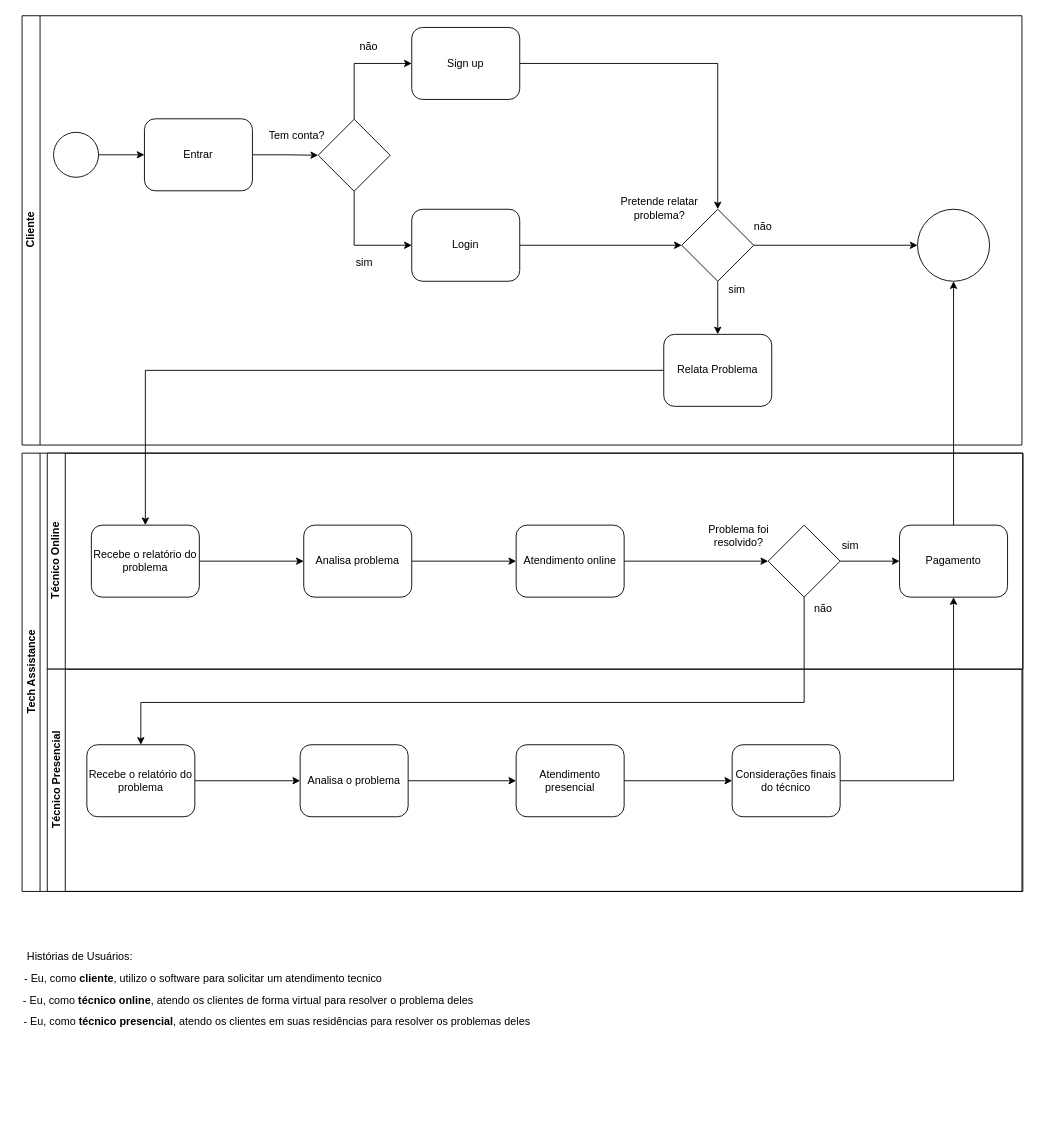
The draw.io diagram page "Fluxo de Negócios" (1 of 4) of Project diagrams and requirements/Tech assistance.drawio in felipepmoreno/Tech-assistanceSoftware, before the edit. Source tidied: cells renumbered, new cells numbered last; positions are measured from the earlier drawing's top-left corner, leaving out a move shared by most shapes. Both pictures are drawn from the tidied source at 90%, with x=0, y=0 at pixel (18, 15).
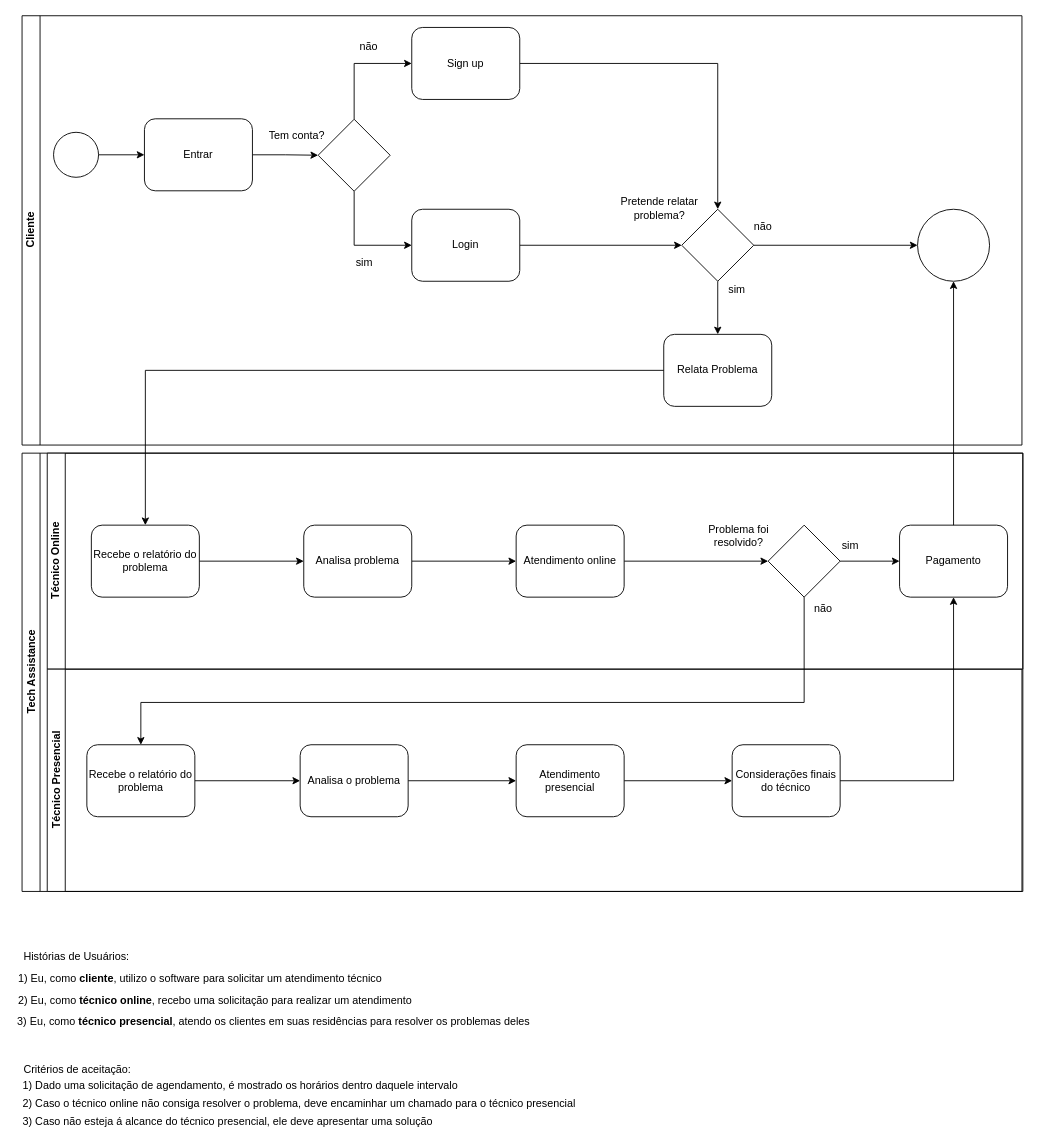
Above is the later version.

Change to the diagram source:
```diff
@@
-    <mxCell id="51" value="Histórias de Usuários:" style="text;html=1;align=center;verticalAlign=middle;" parent="1" vertex="1">
+    <mxCell id="51" value="Histórias de Usuários:" style="text;html=1;align=left;verticalAlign=middle;" parent="1" vertex="1">
       <mxGeometry x="4" y="1037" width="127" height="18" as="geometry" />
     </mxCell>
-    <mxCell id="52" value="- Eu, como &lt;b&gt;cliente&lt;/b&gt;, utilizo o software para solicitar um atendimento tecnico" style="text;html=1;align=center;verticalAlign=middle;" parent="1" vertex="1">
-      <mxGeometry x="1" y="1061" width="408" height="18" as="geometry" />
+    <mxCell id="52" value="1) Eu, como &lt;b&gt;cliente&lt;/b&gt;, utilizo o software para solicitar um atendimento técnico" style="text;html=1;align=left;verticalAlign=middle;" parent="1" vertex="1">
+      <mxGeometry x="-2" y="1061" width="414" height="18" as="geometry" />
     </mxCell>
-    <mxCell id="53" value="- Eu, como &lt;b&gt;técnico online&lt;/b&gt;, atendo os clientes de forma virtual para resolver o problema deles" style="text;html=1;align=center;verticalAlign=middle;" parent="1" vertex="1">
-      <mxGeometry y="1085" width="510" height="18" as="geometry" />
+    <mxCell id="53" value="&lt;div&gt;&lt;span&gt;2) Eu, como &lt;/span&gt;&lt;b&gt;técnico online&lt;/b&gt;&lt;span&gt;, recebo uma solicitação para realizar um atendimento&lt;/span&gt;&lt;/div&gt;" style="text;html=1;align=left;verticalAlign=middle;" parent="1" vertex="1">
+      <mxGeometry x="-2" y="1085" width="448" height="18" as="geometry" />
     </mxCell>
-    <mxCell id="54" value="- Eu, como &lt;b&gt;técnico presencial&lt;/b&gt;, atendo os clientes em suas residências para resolver os problemas deles" style="text;html=1;align=center;verticalAlign=middle;" parent="1" vertex="1">
-      <mxGeometry y="1109" width="573" height="18" as="geometry" />
+    <mxCell id="54" value="3) Eu, como &lt;b&gt;técnico presencial&lt;/b&gt;, atendo os clientes em suas residências para resolver os problemas deles" style="text;html=1;align=left;verticalAlign=middle;" parent="1" vertex="1">
+      <mxGeometry x="-3" y="1109" width="580" height="18" as="geometry" />
     </mxCell>
+    <mxCell id="55" value="Critérios de aceitação:" style="text;html=1;align=left;verticalAlign=middle;" parent="1" vertex="1">
+      <mxGeometry x="4" y="1162" width="129" height="18" as="geometry" />
+    </mxCell>
+    <mxCell id="56" value="1) Dado uma solicitação de agendamento, é mostrado os horários dentro daquele intervalo" style="text;html=1;align=left;verticalAlign=middle;" parent="1" vertex="1">
+      <mxGeometry x="3" y="1180" width="494" height="18" as="geometry" />
+    </mxCell>
+    <mxCell id="57" value="2) Caso o técnico online não consiga resolver o problema, deve encaminhar um chamado para o técnico presencial&amp;nbsp;" style="text;html=1;align=left;verticalAlign=middle;" parent="1" vertex="1">
+      <mxGeometry x="3" y="1200" width="628" height="18" as="geometry" />
+    </mxCell>
+    <mxCell id="58" value="3) Caso não esteja á alcance do técnico presencial, ele deve apresentar uma solução" style="text;html=1;align=left;verticalAlign=middle;" parent="1" vertex="1">
+      <mxGeometry x="3" y="1220" width="466" height="18" as="geometry" />
+    </mxCell>
```
